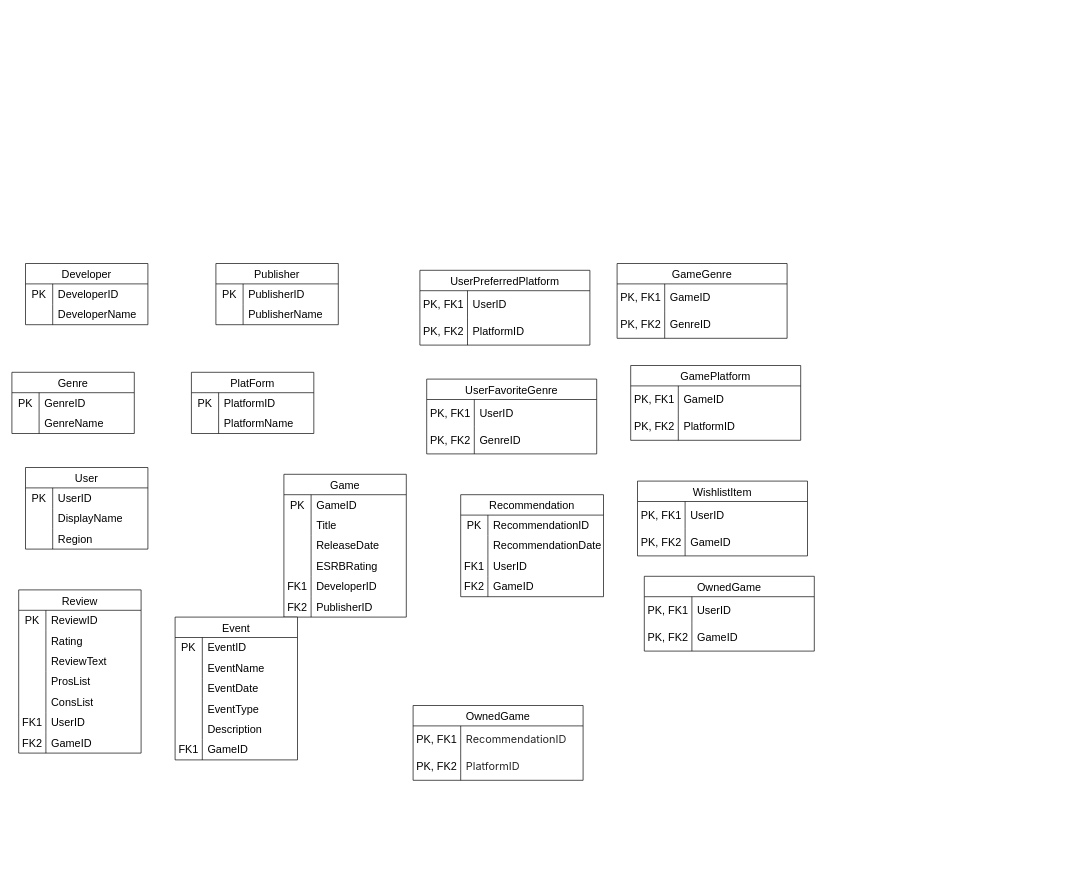
This is Untitled Diagram.drawio from nummy/top, a draw.io file, before an edit. Source tidied: cells renumbered, new cells numbered last; positions are measured from the earlier drawing's top-left corner, leaving out a move shared by most shapes. Both pictures are drawn from the tidied source at 68%, with x=0, y=0 at pixel (12, 263).
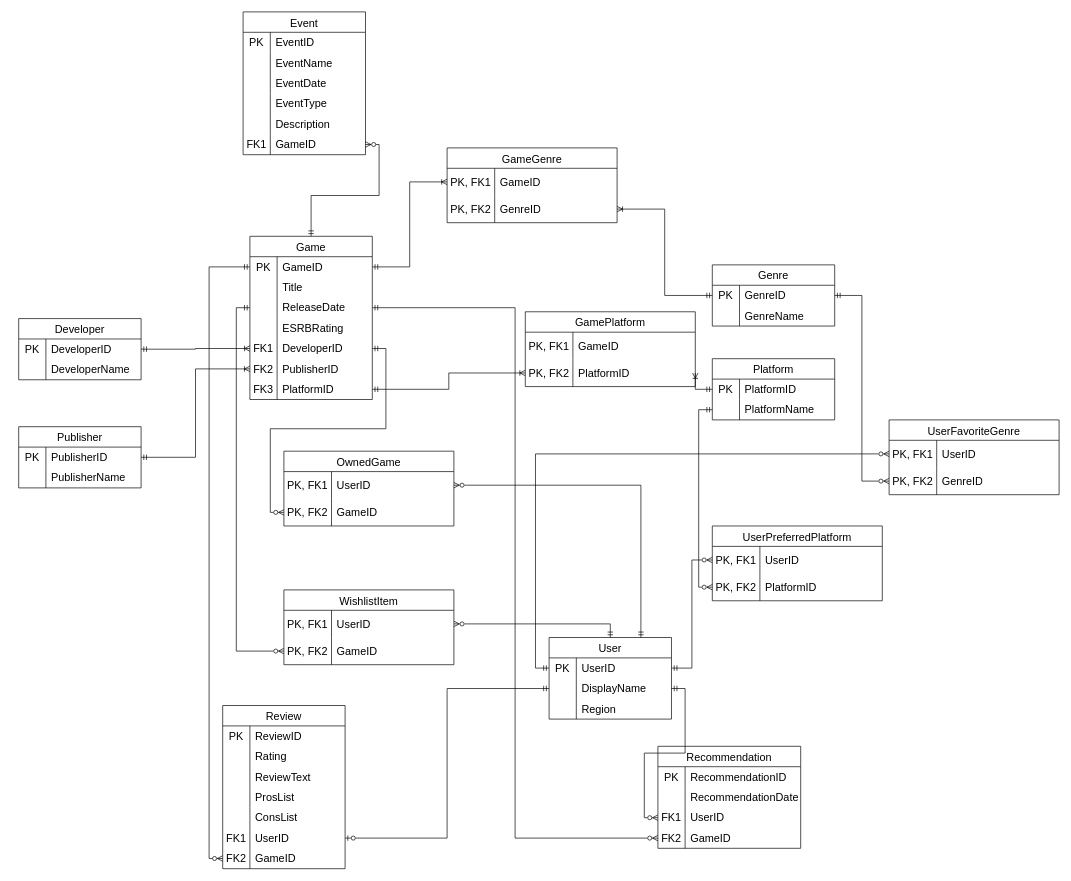
The same diagram, later.

Unchanged cells that the change refers to:
```xml
<mxCell id="4" style="shape=tableRow;horizontal=0;startSize=0;swimlaneHead=0;swimlaneBody=0;top=0;left=0;bottom=0;right=0;fillColor=none;points=[[0,0.5],[1,0.5]];portConstraint=eastwest;strokeColor=inherit;fontSize=16;" parent="3" vertex="1">
<mxCell id="11" style="shape=tableRow;horizontal=0;startSize=0;swimlaneHead=0;swimlaneBody=0;top=0;left=0;bottom=0;right=0;fillColor=none;points=[[0,0.5],[1,0.5]];portConstraint=eastwest;strokeColor=inherit;fontSize=16;" parent="10" vertex="1">
<mxCell id="18" style="shape=tableRow;horizontal=0;startSize=0;swimlaneHead=0;swimlaneBody=0;top=0;left=0;bottom=0;right=0;fillColor=none;points=[[0,0.5],[1,0.5]];portConstraint=eastwest;strokeColor=inherit;fontSize=16;" parent="17" vertex="1">
<mxCell id="25" style="shape=tableRow;horizontal=0;startSize=0;swimlaneHead=0;swimlaneBody=0;top=0;left=0;bottom=0;right=0;fillColor=none;points=[[0,0.5],[1,0.5]];portConstraint=eastwest;strokeColor=inherit;fontSize=16;" parent="24" vertex="1">
<mxCell id="28" style="shape=tableRow;horizontal=0;startSize=0;swimlaneHead=0;swimlaneBody=0;top=0;left=0;bottom=0;right=0;fillColor=none;points=[[0,0.5],[1,0.5]];portConstraint=eastwest;strokeColor=inherit;fontSize=16;" parent="24" vertex="1">
<mxCell id="32" style="shape=tableRow;horizontal=0;startSize=0;swimlaneHead=0;swimlaneBody=0;top=0;left=0;bottom=0;right=0;fillColor=none;points=[[0,0.5],[1,0.5]];portConstraint=eastwest;strokeColor=inherit;fontSize=16;" parent="31" vertex="1">
<mxCell id="35" style="shape=tableRow;horizontal=0;startSize=0;swimlaneHead=0;swimlaneBody=0;top=0;left=0;bottom=0;right=0;fillColor=none;points=[[0,0.5],[1,0.5]];portConstraint=eastwest;strokeColor=inherit;fontSize=16;" parent="31" vertex="1">
<mxCell id="42" style="shape=tableRow;horizontal=0;startSize=0;swimlaneHead=0;swimlaneBody=0;top=0;left=0;bottom=0;right=0;fillColor=none;points=[[0,0.5],[1,0.5]];portConstraint=eastwest;strokeColor=inherit;fontSize=16;" parent="41" vertex="1">
<mxCell id="48" style="shape=tableRow;horizontal=0;startSize=0;swimlaneHead=0;swimlaneBody=0;top=0;left=0;bottom=0;right=0;fillColor=none;points=[[0,0.5],[1,0.5]];portConstraint=eastwest;strokeColor=inherit;fontSize=16;" parent="41" vertex="1">
<mxCell id="54" style="shape=tableRow;horizontal=0;startSize=0;swimlaneHead=0;swimlaneBody=0;top=0;left=0;bottom=0;right=0;fillColor=none;points=[[0,0.5],[1,0.5]];portConstraint=eastwest;strokeColor=inherit;fontSize=16;" parent="41" vertex="1">
<mxCell id="57" style="shape=tableRow;horizontal=0;startSize=0;swimlaneHead=0;swimlaneBody=0;top=0;left=0;bottom=0;right=0;fillColor=none;points=[[0,0.5],[1,0.5]];portConstraint=eastwest;strokeColor=inherit;fontSize=16;" parent="41" vertex="1">
<mxCell id="76" style="shape=tableRow;horizontal=0;startSize=0;swimlaneHead=0;swimlaneBody=0;top=0;left=0;bottom=0;right=0;fillColor=none;points=[[0,0.5],[1,0.5]];portConstraint=eastwest;strokeColor=inherit;fontSize=16;" parent="60" vertex="1">
<mxCell id="79" style="shape=tableRow;horizontal=0;startSize=0;swimlaneHead=0;swimlaneBody=0;top=0;left=0;bottom=0;right=0;fillColor=none;points=[[0,0.5],[1,0.5]];portConstraint=eastwest;strokeColor=inherit;fontSize=16;" parent="60" vertex="1">
<mxCell id="98" style="shape=tableRow;horizontal=0;startSize=0;swimlaneHead=0;swimlaneBody=0;top=0;left=0;bottom=0;right=0;fillColor=none;points=[[0,0.5],[1,0.5]];portConstraint=eastwest;strokeColor=inherit;fontSize=16;" parent="82" vertex="1">
<mxCell id="108" style="shape=tableRow;horizontal=0;startSize=0;swimlaneHead=0;swimlaneBody=0;top=0;left=0;bottom=0;right=0;fillColor=none;points=[[0,0.5],[1,0.5]];portConstraint=eastwest;strokeColor=inherit;fontSize=16;" parent="101" vertex="1">
<mxCell id="111" style="shape=tableRow;horizontal=0;startSize=0;swimlaneHead=0;swimlaneBody=0;top=0;left=0;bottom=0;right=0;fillColor=none;points=[[0,0.5],[1,0.5]];portConstraint=eastwest;strokeColor=inherit;fontSize=16;" parent="101" vertex="1">
<mxCell id="115" style="shape=tableRow;horizontal=0;startSize=0;swimlaneHead=0;swimlaneBody=0;top=0;left=0;bottom=0;right=0;fillColor=none;points=[[0,0.5],[1,0.5]];portConstraint=eastwest;strokeColor=inherit;fontSize=16;" parent="114" vertex="1">
<mxCell id="118" style="shape=tableRow;horizontal=0;startSize=0;swimlaneHead=0;swimlaneBody=0;top=0;left=0;bottom=0;right=0;fillColor=none;points=[[0,0.5],[1,0.5]];portConstraint=eastwest;strokeColor=inherit;fontSize=16;" parent="114" vertex="1">
<mxCell id="122" style="shape=tableRow;horizontal=0;startSize=0;swimlaneHead=0;swimlaneBody=0;top=0;left=0;bottom=0;right=0;fillColor=none;points=[[0,0.5],[1,0.5]];portConstraint=eastwest;strokeColor=inherit;fontSize=16;" parent="121" vertex="1">
<mxCell id="125" style="shape=tableRow;horizontal=0;startSize=0;swimlaneHead=0;swimlaneBody=0;top=0;left=0;bottom=0;right=0;fillColor=none;points=[[0,0.5],[1,0.5]];portConstraint=eastwest;strokeColor=inherit;fontSize=16;" parent="121" vertex="1">
<mxCell id="129" style="shape=tableRow;horizontal=0;startSize=0;swimlaneHead=0;swimlaneBody=0;top=0;left=0;bottom=0;right=0;fillColor=none;points=[[0,0.5],[1,0.5]];portConstraint=eastwest;strokeColor=inherit;fontSize=16;" parent="128" vertex="1">
<mxCell id="132" style="shape=tableRow;horizontal=0;startSize=0;swimlaneHead=0;swimlaneBody=0;top=0;left=0;bottom=0;right=0;fillColor=none;points=[[0,0.5],[1,0.5]];portConstraint=eastwest;strokeColor=inherit;fontSize=16;" parent="128" vertex="1">
<mxCell id="139" style="shape=tableRow;horizontal=0;startSize=0;swimlaneHead=0;swimlaneBody=0;top=0;left=0;bottom=0;right=0;fillColor=none;points=[[0,0.5],[1,0.5]];portConstraint=eastwest;strokeColor=inherit;fontSize=16;" parent="135" vertex="1">
<mxCell id="143" style="shape=tableRow;horizontal=0;startSize=0;swimlaneHead=0;swimlaneBody=0;top=0;left=0;bottom=0;right=0;fillColor=none;points=[[0,0.5],[1,0.5]];portConstraint=eastwest;strokeColor=inherit;fontSize=16;" parent="142" vertex="1">
<mxCell id="146" style="shape=tableRow;horizontal=0;startSize=0;swimlaneHead=0;swimlaneBody=0;top=0;left=0;bottom=0;right=0;fillColor=none;points=[[0,0.5],[1,0.5]];portConstraint=eastwest;strokeColor=inherit;fontSize=16;" parent="142" vertex="1">
<mxCell id="150" style="shape=tableRow;horizontal=0;startSize=0;swimlaneHead=0;swimlaneBody=0;top=0;left=0;bottom=0;right=0;fillColor=none;points=[[0,0.5],[1,0.5]];portConstraint=eastwest;strokeColor=inherit;fontSize=16;" parent="149" vertex="1">
<mxCell id="153" style="shape=tableRow;horizontal=0;startSize=0;swimlaneHead=0;swimlaneBody=0;top=0;left=0;bottom=0;right=0;fillColor=none;points=[[0,0.5],[1,0.5]];portConstraint=eastwest;strokeColor=inherit;fontSize=16;" parent="149" vertex="1">
```

Change to the diagram source:
```diff
@@
     <mxCell id="3" value="Developer" style="shape=table;startSize=30;childLayout=tableLayout;rowLines=0;fontStyle=0;strokeColor=default;fontSize=16;" parent="1" vertex="1">
-      <mxGeometry x="20" width="180" height="90" as="geometry" />
+      <mxGeometry x="10" y="81" width="180" height="90" as="geometry" />
     </mxCell>
@@
     <mxCell id="10" value="Publisher" style="shape=table;startSize=30;childLayout=tableLayout;rowLines=0;fontStyle=0;strokeColor=default;fontSize=16;" parent="1" vertex="1">
-      <mxGeometry x="300" width="180" height="90" as="geometry" />
+      <mxGeometry x="10" y="240" width="180" height="90" as="geometry" />
     </mxCell>
@@
     <mxCell id="17" value="Genre" style="shape=table;startSize=30;childLayout=tableLayout;rowLines=0;fontStyle=0;strokeColor=default;fontSize=16;" parent="1" vertex="1">
-      <mxGeometry y="160" width="180" height="90" as="geometry" />
+      <mxGeometry x="1030" y="2" width="180" height="90" as="geometry" />
     </mxCell>
@@
-    <mxCell id="24" value="PlatForm" style="shape=table;startSize=30;childLayout=tableLayout;rowLines=0;fontStyle=0;strokeColor=default;fontSize=16;" parent="1" vertex="1">
-      <mxGeometry x="264" y="160" width="180" height="90" as="geometry" />
+    <mxCell id="24" value="Platform" style="shape=table;startSize=30;childLayout=tableLayout;rowLines=0;fontStyle=0;strokeColor=default;fontSize=16;" parent="1" vertex="1">
+      <mxGeometry x="1030" y="140" width="180" height="90" as="geometry" />
     </mxCell>
@@
     <mxCell id="31" value="User" style="shape=table;startSize=30;childLayout=tableLayout;rowLines=0;fontStyle=0;strokeColor=default;fontSize=16;" parent="1" vertex="1">
-      <mxGeometry x="20" y="300" width="180" height="120" as="geometry" />
+      <mxGeometry x="790" y="550" width="180" height="120" as="geometry" />
     </mxCell>
@@
     <mxCell id="41" value="Game" style="shape=table;startSize=30;childLayout=tableLayout;rowLines=0;fontStyle=0;strokeColor=default;fontSize=16;" parent="1" vertex="1">
-      <mxGeometry x="400" y="310" width="180" height="210" as="geometry" />
+      <mxGeometry x="350" y="-40" width="180" height="240" as="geometry" />
     </mxCell>
@@
+    <mxCell id="163" style="shape=tableRow;horizontal=0;startSize=0;swimlaneHead=0;swimlaneBody=0;top=0;left=0;bottom=0;right=0;fillColor=none;points=[[0,0.5],[1,0.5]];portConstraint=eastwest;strokeColor=inherit;fontSize=16;" parent="41" vertex="1">
+      <mxGeometry y="210" width="180" height="30" as="geometry" />
+    </mxCell>
+    <mxCell id="164" value="FK3" style="shape=partialRectangle;html=1;whiteSpace=wrap;fillColor=none;top=0;left=0;bottom=0;right=0;overflow=hidden;strokeColor=inherit;fontSize=16;" parent="163" vertex="1">
+      <mxGeometry width="40" height="30" as="geometry" />
+    </mxCell>
+    <mxCell id="162" value="PlatformID" style="shape=partialRectangle;html=1;whiteSpace=wrap;fillColor=none;top=0;left=0;bottom=0;right=0;align=left;spacingLeft=6;overflow=hidden;strokeColor=inherit;fontSize=16;" parent="163" vertex="1">
+      <mxGeometry x="40" width="140" height="30" as="geometry" />
+    </mxCell>
     <mxCell id="60" value="Review" style="shape=table;startSize=30;childLayout=tableLayout;rowLines=0;fontStyle=0;strokeColor=default;fontSize=16;" parent="1" vertex="1">
-      <mxGeometry x="10" y="480" width="180" height="240" as="geometry" />
+      <mxGeometry x="310" y="650" width="180" height="240" as="geometry" />
     </mxCell>
@@
     <mxCell id="82" value="Event" style="shape=table;startSize=30;childLayout=tableLayout;rowLines=0;fontStyle=0;strokeColor=default;fontSize=16;" parent="1" vertex="1">
-      <mxGeometry x="240" y="520" width="180" height="210" as="geometry" />
+      <mxGeometry x="340" y="-370" width="180" height="210" as="geometry" />
     </mxCell>
@@
     <mxCell id="101" value="Recommendation" style="shape=table;startSize=30;childLayout=tableLayout;rowLines=0;fontStyle=0;strokeColor=default;fontSize=16;" parent="1" vertex="1">
-      <mxGeometry x="660" y="340" width="210" height="150" as="geometry" />
+      <mxGeometry x="950" y="710" width="210" height="150" as="geometry" />
     </mxCell>
@@
     <mxCell id="114" value="UserPreferredPlatform" style="shape=table;startSize=30;childLayout=tableLayout;rowLines=0;fontStyle=0;strokeColor=default;fontSize=16;" parent="1" vertex="1">
-      <mxGeometry x="600" y="10" width="250" height="110" as="geometry" />
+      <mxGeometry x="1030" y="386" width="250" height="110" as="geometry" />
     </mxCell>
@@
     <mxCell id="121" value="UserFavoriteGenre" style="shape=table;startSize=30;childLayout=tableLayout;rowLines=0;fontStyle=0;strokeColor=default;fontSize=16;" parent="1" vertex="1">
-      <mxGeometry x="610" y="170" width="250" height="110" as="geometry" />
+      <mxGeometry x="1290" y="230" width="250" height="110" as="geometry" />
     </mxCell>
@@
     <mxCell id="128" value="GameGenre" style="shape=table;startSize=30;childLayout=tableLayout;rowLines=0;fontStyle=0;strokeColor=default;fontSize=16;" parent="1" vertex="1">
-      <mxGeometry x="890" width="250" height="110" as="geometry" />
+      <mxGeometry x="640" y="-170" width="250" height="110" as="geometry" />
     </mxCell>
@@
     <mxCell id="135" value="GamePlatform" style="shape=table;startSize=30;childLayout=tableLayout;rowLines=0;fontStyle=0;strokeColor=default;fontSize=16;" parent="1" vertex="1">
-      <mxGeometry x="910" y="150" width="250" height="110" as="geometry" />
+      <mxGeometry x="755" y="71" width="250" height="110" as="geometry" />
     </mxCell>
@@
     <mxCell id="142" value="WishlistItem" style="shape=table;startSize=30;childLayout=tableLayout;rowLines=0;fontStyle=0;strokeColor=default;fontSize=16;" parent="1" vertex="1">
-      <mxGeometry x="920" y="320" width="250" height="110" as="geometry" />
+      <mxGeometry x="400" y="480" width="250" height="110" as="geometry" />
     </mxCell>
@@
     <mxCell id="149" value="OwnedGame" style="shape=table;startSize=30;childLayout=tableLayout;rowLines=0;fontStyle=0;strokeColor=default;fontSize=16;" parent="1" vertex="1">
-      <mxGeometry x="930" y="460" width="250" height="110" as="geometry" />
+      <mxGeometry x="400" y="276" width="250" height="110" as="geometry" />
     </mxCell>
@@
-    <mxCell id="156" value="OwnedGame" style="shape=table;startSize=30;childLayout=tableLayout;rowLines=0;fontStyle=0;strokeColor=default;fontSize=16;" parent="1" vertex="1">
-      <mxGeometry x="590" y="650" width="250" height="110" as="geometry" />
-    </mxCell>
-    <mxCell id="157" style="shape=tableRow;horizontal=0;startSize=0;swimlaneHead=0;swimlaneBody=0;top=0;left=0;bottom=0;right=0;fillColor=none;strokeColor=inherit;fontSize=16;" parent="156" vertex="1">
-      <mxGeometry y="30" width="250" height="40" as="geometry" />
-    </mxCell>
-    <mxCell id="158" value="PK, FK1" style="shape=partialRectangle;html=1;whiteSpace=wrap;fillColor=none;top=0;left=0;bottom=0;right=0;overflow=hidden;strokeColor=inherit;fontSize=16;" parent="157" vertex="1">
-      <mxGeometry width="70" height="40" as="geometry" />
-    </mxCell>
-    <mxCell id="159" value="&lt;span style=&quot;color: rgba(0, 0, 0, 0.85); font-family: Inter, -apple-system, BlinkMacSystemFont, &amp;quot;Segoe UI&amp;quot;, &amp;quot;PingFang SC&amp;quot;, &amp;quot;Hiragino Sans GB&amp;quot;, &amp;quot;Microsoft YaHei&amp;quot;, &amp;quot;Helvetica Neue&amp;quot;, Helvetica, Arial, sans-serif; background-color: rgb(255, 255, 255);&quot;&gt;RecommendationID&lt;/span&gt;" style="shape=partialRectangle;html=1;whiteSpace=wrap;fillColor=none;top=0;left=0;bottom=0;right=0;align=left;spacingLeft=6;overflow=hidden;strokeColor=inherit;fontSize=16;" parent="157" vertex="1">
-      <mxGeometry x="70" width="180" height="40" as="geometry" />
-    </mxCell>
-    <mxCell id="160" style="shape=tableRow;horizontal=0;startSize=0;swimlaneHead=0;swimlaneBody=0;top=0;left=0;bottom=0;right=0;fillColor=none;strokeColor=inherit;fontSize=16;" parent="156" vertex="1">
-      <mxGeometry y="70" width="250" height="40" as="geometry" />
-    </mxCell>
-    <mxCell id="161" value="PK, FK2" style="shape=partialRectangle;html=1;whiteSpace=wrap;fillColor=none;top=0;left=0;bottom=0;right=0;overflow=hidden;strokeColor=inherit;fontSize=16;" parent="160" vertex="1">
-      <mxGeometry width="70" height="40" as="geometry" />
-    </mxCell>
-    <mxCell id="162" value="&lt;span style=&quot;color: rgba(0, 0, 0, 0.85); font-family: Inter, -apple-system, BlinkMacSystemFont, &amp;quot;Segoe UI&amp;quot;, &amp;quot;PingFang SC&amp;quot;, &amp;quot;Hiragino Sans GB&amp;quot;, &amp;quot;Microsoft YaHei&amp;quot;, &amp;quot;Helvetica Neue&amp;quot;, Helvetica, Arial, sans-serif; background-color: rgb(255, 255, 255);&quot;&gt;PlatformID&lt;/span&gt;" style="shape=partialRectangle;html=1;whiteSpace=wrap;fillColor=none;top=0;left=0;bottom=0;right=0;align=left;spacingLeft=6;overflow=hidden;strokeColor=inherit;fontSize=16;" parent="160" vertex="1">
-      <mxGeometry x="70" width="180" height="40" as="geometry" />
-    </mxCell>
+    <mxCell id="165" style="edgeStyle=orthogonalEdgeStyle;rounded=0;jettySize=auto;html=1;exitX=1;exitY=0.5;exitDx=0;exitDy=0;entryX=0;entryY=0.5;entryDx=0;entryDy=0;startArrow=ERmandOne;startFill=0;endArrow=ERoneToMany;endFill=0;" parent="1" edge="1" source="4" target="54">
+      <mxGeometry relative="1" as="geometry" />
+    </mxCell>
+    <mxCell id="166" style="edgeStyle=orthogonalEdgeStyle;rounded=0;jettySize=auto;html=1;exitX=1;exitY=0.5;exitDx=0;exitDy=0;entryX=0;entryY=0.5;entryDx=0;entryDy=0;startArrow=ERmandOne;startFill=0;endArrow=ERoneToMany;endFill=0;" parent="1" edge="1" source="11" target="57">
+      <mxGeometry relative="1" as="geometry" />
+    </mxCell>
+    <mxCell id="167" style="edgeStyle=orthogonalEdgeStyle;rounded=0;jettySize=auto;html=1;exitX=1;exitY=0.5;exitDx=0;exitDy=0;startArrow=ERmandOne;startFill=0;endArrow=ERoneToMany;endFill=0;" parent="1" edge="1" source="42" target="129">
+      <mxGeometry relative="1" as="geometry" />
+    </mxCell>
+    <mxCell id="168" style="edgeStyle=orthogonalEdgeStyle;rounded=0;jettySize=auto;html=1;exitX=0;exitY=0.5;exitDx=0;exitDy=0;entryX=1;entryY=0.5;entryDx=0;entryDy=0;startArrow=ERmandOne;startFill=0;endArrow=ERoneToMany;endFill=0;" parent="1" edge="1" source="18" target="132">
+      <mxGeometry relative="1" as="geometry" />
+    </mxCell>
+    <mxCell id="169" style="edgeStyle=orthogonalEdgeStyle;rounded=0;jettySize=auto;html=1;exitX=0;exitY=0.5;exitDx=0;exitDy=0;entryX=1;entryY=0.5;entryDx=0;entryDy=0;endArrow=ERmandOne;endFill=0;startArrow=ERoneToMany;startFill=0;" parent="1" edge="1" source="139" target="163">
+      <mxGeometry relative="1" as="geometry" />
+    </mxCell>
+    <mxCell id="170" style="edgeStyle=orthogonalEdgeStyle;rounded=0;jettySize=auto;html=1;exitX=0;exitY=0.5;exitDx=0;exitDy=0;entryX=1;entryY=0.5;entryDx=0;entryDy=0;startArrow=ERmandOne;startFill=0;endArrow=ERoneToMany;endFill=0;" parent="1" edge="1" source="25" target="139">
+      <mxGeometry relative="1" as="geometry" />
+    </mxCell>
+    <mxCell id="171" style="edgeStyle=orthogonalEdgeStyle;rounded=0;jettySize=auto;html=1;exitX=1;exitY=0.5;exitDx=0;exitDy=0;entryX=0;entryY=0.5;entryDx=0;entryDy=0;startArrow=ERmandOne;startFill=0;endArrow=ERzeroToMany;endFill=0;" parent="1" edge="1" source="32" target="115">
+      <mxGeometry relative="1" as="geometry" />
+    </mxCell>
+    <mxCell id="172" style="edgeStyle=orthogonalEdgeStyle;rounded=0;jettySize=auto;html=1;exitX=0;exitY=0.5;exitDx=0;exitDy=0;entryX=0;entryY=0.5;entryDx=0;entryDy=0;startArrow=ERmandOne;startFill=0;endArrow=ERzeroToMany;endFill=0;" parent="1" edge="1" source="28" target="118">
+      <mxGeometry relative="1" as="geometry" />
+    </mxCell>
+    <mxCell id="173" style="edgeStyle=orthogonalEdgeStyle;rounded=0;jettySize=auto;html=1;exitX=0;exitY=0.5;exitDx=0;exitDy=0;entryX=0;entryY=0.5;entryDx=0;entryDy=0;startArrow=ERmandOne;startFill=0;endArrow=ERzeroToMany;endFill=0;" parent="1" edge="1" source="32" target="122">
+      <mxGeometry relative="1" as="geometry" />
+    </mxCell>
+    <mxCell id="174" style="edgeStyle=orthogonalEdgeStyle;rounded=0;jettySize=auto;html=1;exitX=1;exitY=0.5;exitDx=0;exitDy=0;entryX=0;entryY=0.5;entryDx=0;entryDy=0;startArrow=ERmandOne;startFill=0;endArrow=ERzeroToMany;endFill=0;" parent="1" edge="1" source="18" target="125">
+      <mxGeometry relative="1" as="geometry" />
+    </mxCell>
+    <mxCell id="175" style="edgeStyle=orthogonalEdgeStyle;rounded=0;jettySize=auto;html=1;exitX=0;exitY=0.5;exitDx=0;exitDy=0;entryX=1;entryY=0.5;entryDx=0;entryDy=0;startArrow=ERmandOne;startFill=0;endArrow=ERzeroToOne;endFill=0;" parent="1" edge="1" source="35" target="76">
+      <mxGeometry relative="1" as="geometry" />
+    </mxCell>
+    <mxCell id="176" style="edgeStyle=orthogonalEdgeStyle;rounded=0;jettySize=auto;html=1;exitX=0;exitY=0.5;exitDx=0;exitDy=0;entryX=0;entryY=0.5;entryDx=0;entryDy=0;startArrow=ERmandOne;startFill=0;endArrow=ERzeroToMany;endFill=0;" parent="1" edge="1" source="42" target="79">
+      <mxGeometry relative="1" as="geometry" />
+    </mxCell>
+    <mxCell id="177" style="edgeStyle=orthogonalEdgeStyle;rounded=0;jettySize=auto;html=1;exitX=1;exitY=0.5;exitDx=0;exitDy=0;entryX=0.5;entryY=0;entryDx=0;entryDy=0;endArrow=ERmandOne;endFill=0;startArrow=ERzeroToMany;startFill=0;" parent="1" edge="1" source="143" target="31">
+      <mxGeometry relative="1" as="geometry" />
+    </mxCell>
+    <mxCell id="178" style="edgeStyle=orthogonalEdgeStyle;rounded=0;jettySize=auto;html=1;exitX=0;exitY=0.5;exitDx=0;exitDy=0;entryX=0;entryY=0.5;entryDx=0;entryDy=0;endArrow=ERmandOne;endFill=0;startArrow=ERzeroToMany;startFill=0;" parent="1" edge="1" source="146" target="48">
+      <mxGeometry relative="1" as="geometry" />
+    </mxCell>
+    <mxCell id="179" style="edgeStyle=orthogonalEdgeStyle;rounded=0;jettySize=auto;html=1;exitX=1;exitY=0.5;exitDx=0;exitDy=0;entryX=0.75;entryY=0;entryDx=0;entryDy=0;endArrow=ERmandOne;endFill=0;startArrow=ERzeroToMany;startFill=0;" parent="1" edge="1" source="150" target="31">
+      <mxGeometry relative="1" as="geometry" />
+    </mxCell>
+    <mxCell id="180" style="edgeStyle=orthogonalEdgeStyle;rounded=0;jettySize=auto;html=1;exitX=0;exitY=0.5;exitDx=0;exitDy=0;entryX=1;entryY=0.5;entryDx=0;entryDy=0;endArrow=ERmandOne;endFill=0;startArrow=ERzeroToMany;startFill=0;" parent="1" edge="1" source="153" target="54">
+      <mxGeometry relative="1" as="geometry" />
+    </mxCell>
+    <mxCell id="181" style="edgeStyle=orthogonalEdgeStyle;rounded=0;jettySize=auto;html=1;exitX=1;exitY=0.5;exitDx=0;exitDy=0;entryX=0.5;entryY=0;entryDx=0;entryDy=0;endArrow=ERmandOne;endFill=0;startArrow=ERzeroToMany;startFill=0;" parent="1" edge="1" source="98" target="41">
+      <mxGeometry relative="1" as="geometry" />
+    </mxCell>
+    <mxCell id="182" style="edgeStyle=orthogonalEdgeStyle;rounded=0;jettySize=auto;html=1;exitX=0;exitY=0.5;exitDx=0;exitDy=0;entryX=1;entryY=0.5;entryDx=0;entryDy=0;startArrow=ERzeroToMany;startFill=0;endArrow=ERmandOne;endFill=0;" parent="1" edge="1" source="108" target="35">
+      <mxGeometry relative="1" as="geometry" />
+    </mxCell>
+    <mxCell id="183" style="edgeStyle=orthogonalEdgeStyle;rounded=0;jettySize=auto;html=1;exitX=0;exitY=0.5;exitDx=0;exitDy=0;entryX=1;entryY=0.5;entryDx=0;entryDy=0;endArrow=ERmandOne;endFill=0;startArrow=ERzeroToMany;startFill=0;" parent="1" edge="1" source="111" target="48">
+      <mxGeometry relative="1" as="geometry" />
+    </mxCell>
```
